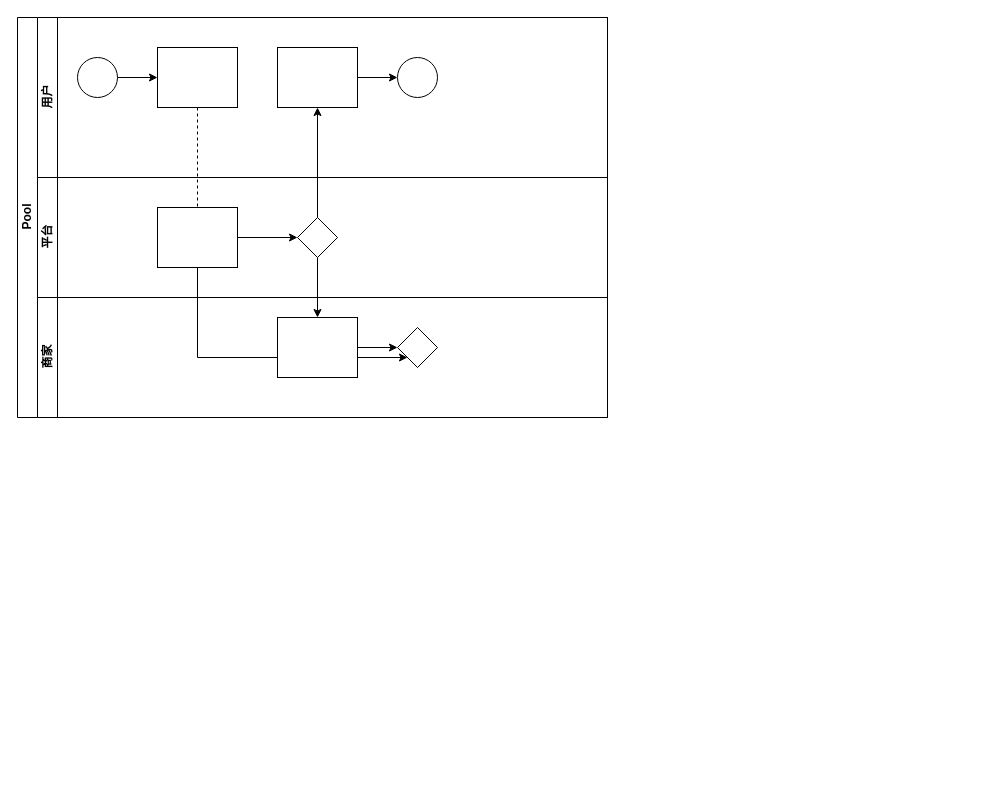
This is 未命名绘图1.drawio from Bernard203/Bernard203.github.io, a draw.io file, before an edit. Source tidied: cells renumbered, new cells numbered last; positions are measured from the earlier drawing's top-left corner, leaving out a move shared by most shapes. Both pictures are drawn from the tidied source at 100%, with x=0, y=0 at pixel (17, 17).
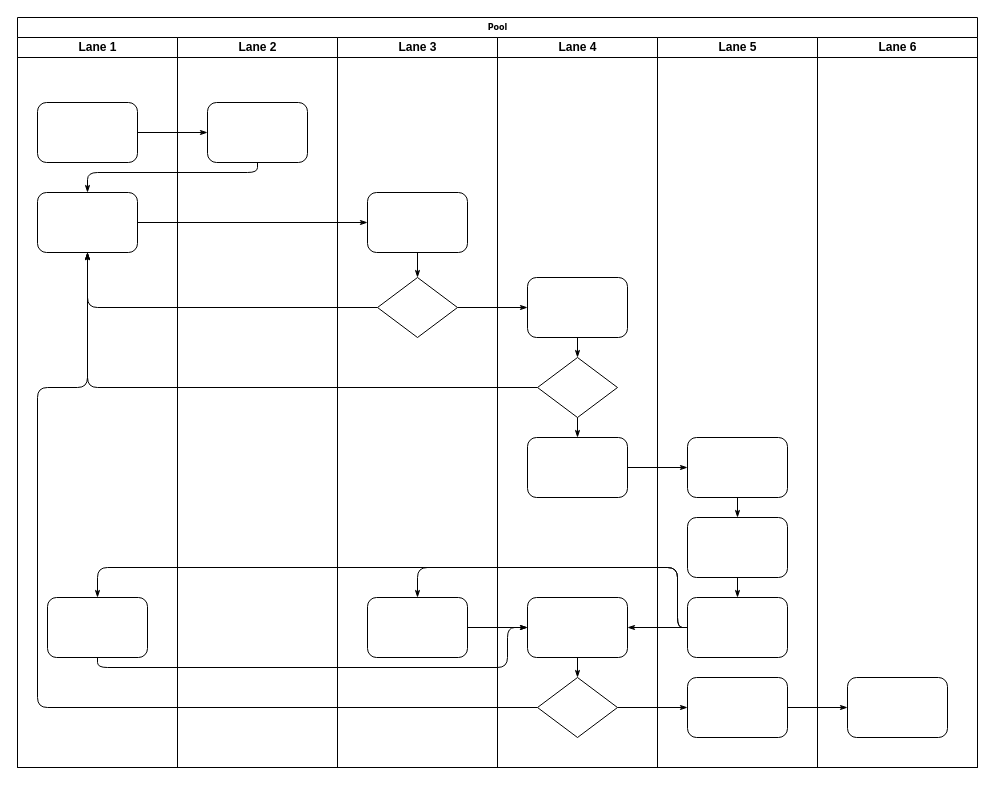
Above is the later version.

Commit message:
已添加 未命名绘图1.drawio

Diff of the diagram source:
```diff
@@
-    <mxCell id="2" value="Pool" style="swimlane;html=1;horizontal=0;startSize=20;" parent="1" vertex="1">
-      <mxGeometry width="590" height="400" as="geometry" />
+    <mxCell id="2" value="Pool" style="swimlane;html=1;startSize=20;rounded=0;shadow=0;labelBackgroundColor=none;strokeWidth=1;fontFamily=Verdana;fontSize=8;align=center;" parent="1" vertex="1">
+      <mxGeometry width="960" height="750" as="geometry" />
     </mxCell>
-    <mxCell id="3" style="edgeStyle=orthogonalEdgeStyle;rounded=0;jettySize=auto;html=1;dashed=1;endArrow=none;endFill=0;" parent="2" edge="1" source="10" target="16">
-      <mxGeometry relative="1" as="geometry" />
-    </mxCell>
-    <mxCell id="4" style="edgeStyle=orthogonalEdgeStyle;rounded=0;jettySize=auto;html=1;endArrow=classic;endFill=1;" parent="2" edge="1" source="17" target="12">
-      <mxGeometry relative="1" as="geometry" />
-    </mxCell>
-    <mxCell id="5" style="edgeStyle=orthogonalEdgeStyle;rounded=0;jettySize=auto;html=1;endArrow=classic;endFill=1;" parent="2" edge="1" source="17" target="20">
-      <mxGeometry relative="1" as="geometry" />
-    </mxCell>
-    <mxCell id="6" style="edgeStyle=orthogonalEdgeStyle;rounded=0;jettySize=auto;html=1;endArrow=classic;endFill=1;" parent="2" edge="1" source="16" target="21">
-      <mxGeometry relative="1" as="geometry">
-        <Array as="points">
-          <mxPoint x="180" y="340" />
-          <mxPoint x="400" y="340" />
-        </Array>
-      </mxGeometry>
-    </mxCell>
-    <mxCell id="7" value="用户" style="swimlane;html=1;startSize=20;horizontal=0;" parent="2" vertex="1">
-      <mxGeometry x="20" width="570" height="160" as="geometry" />
-    </mxCell>
-    <mxCell id="8" style="edgeStyle=orthogonalEdgeStyle;rounded=0;jettySize=auto;html=1;" parent="7" edge="1" source="9" target="10">
-      <mxGeometry relative="1" as="geometry" />
-    </mxCell>
-    <mxCell id="9" style="ellipse;whiteSpace=wrap;html=1;" parent="7" vertex="1">
-      <mxGeometry x="40" y="40" width="40" height="40" as="geometry" />
-    </mxCell>
-    <mxCell id="10" style="rounded=0;whiteSpace=wrap;html=1;fontFamily=Helvetica;fontSize=12;fontColor=#000000;align=center;" parent="7" vertex="1">
-      <mxGeometry x="120" y="30" width="80" height="60" as="geometry" />
-    </mxCell>
-    <mxCell id="11" style="edgeStyle=orthogonalEdgeStyle;rounded=0;jettySize=auto;html=1;endArrow=classic;endFill=1;" parent="7" edge="1" source="12" target="13">
-      <mxGeometry relative="1" as="geometry" />
-    </mxCell>
-    <mxCell id="12" style="rounded=0;whiteSpace=wrap;html=1;fontFamily=Helvetica;fontSize=12;fontColor=#000000;align=center;" parent="7" vertex="1">
-      <mxGeometry x="240" y="30" width="80" height="60" as="geometry" />
-    </mxCell>
-    <mxCell id="13" style="ellipse;whiteSpace=wrap;html=1;" parent="7" vertex="1">
-      <mxGeometry x="360" y="40" width="40" height="40" as="geometry" />
-    </mxCell>
-    <mxCell id="14" value="平台" style="swimlane;html=1;startSize=20;horizontal=0;" parent="2" vertex="1">
-      <mxGeometry x="20" y="160" width="570" height="120" as="geometry" />
-    </mxCell>
-    <mxCell id="15" style="edgeStyle=orthogonalEdgeStyle;rounded=0;jettySize=auto;html=1;endArrow=classic;endFill=1;" parent="14" edge="1" source="16" target="17">
-      <mxGeometry relative="1" as="geometry" />
-    </mxCell>
-    <mxCell id="16" style="rounded=0;whiteSpace=wrap;html=1;fontFamily=Helvetica;fontSize=12;fontColor=#000000;align=center;" parent="14" vertex="1">
-      <mxGeometry x="120" y="30" width="80" height="60" as="geometry" />
-    </mxCell>
-    <mxCell id="17" style="rhombus;whiteSpace=wrap;html=1;fontFamily=Helvetica;fontSize=12;fontColor=#000000;align=center;" parent="14" vertex="1">
-      <mxGeometry x="260" y="40" width="40" height="40" as="geometry" />
-    </mxCell>
-    <mxCell id="18" value="商家" style="swimlane;html=1;startSize=20;horizontal=0;" parent="2" vertex="1">
-      <mxGeometry x="20" y="280" width="570" height="120" as="geometry" />
-    </mxCell>
-    <mxCell id="19" style="edgeStyle=orthogonalEdgeStyle;rounded=0;jettySize=auto;html=1;endArrow=classic;endFill=1;" parent="18" edge="1" source="20" target="21">
-      <mxGeometry relative="1" as="geometry" />
-    </mxCell>
-    <mxCell id="20" style="rounded=0;whiteSpace=wrap;html=1;fontFamily=Helvetica;fontSize=12;fontColor=#000000;align=center;" parent="18" vertex="1">
-      <mxGeometry x="240" y="20" width="80" height="60" as="geometry" />
-    </mxCell>
-    <mxCell id="21" style="rhombus;whiteSpace=wrap;html=1;fontFamily=Helvetica;fontSize=12;fontColor=#000000;align=center;" parent="18" vertex="1">
-      <mxGeometry x="360" y="30" width="40" height="40" as="geometry" />
-    </mxCell>
+    <mxCell id="22" value="Lane 1" style="swimlane;html=1;startSize=20;" parent="2" vertex="1">
+      <mxGeometry y="20" width="160" height="730" as="geometry" />
+    </mxCell>
+    <mxCell id="23" style="rounded=1;whiteSpace=wrap;html=1;shadow=0;labelBackgroundColor=none;strokeWidth=1;fontFamily=Verdana;fontSize=8;align=center;" parent="22" vertex="1">
+      <mxGeometry x="20" y="65" width="100" height="60" as="geometry" />
+    </mxCell>
+    <mxCell id="24" style="rounded=1;whiteSpace=wrap;html=1;shadow=0;labelBackgroundColor=none;strokeWidth=1;fontFamily=Verdana;fontSize=8;align=center;" parent="22" vertex="1">
+      <mxGeometry x="20" y="155" width="100" height="60" as="geometry" />
+    </mxCell>
+    <mxCell id="25" style="rounded=1;whiteSpace=wrap;html=1;shadow=0;labelBackgroundColor=none;strokeWidth=1;fontFamily=Verdana;fontSize=8;align=center;" parent="22" vertex="1">
+      <mxGeometry x="30" y="560" width="100" height="60" as="geometry" />
+    </mxCell>
+    <mxCell id="26" style="edgeStyle=orthogonalEdgeStyle;rounded=1;html=1;labelBackgroundColor=none;startArrow=none;startFill=0;startSize=5;endArrow=classicThin;endFill=1;endSize=5;jettySize=auto;strokeWidth=1;fontFamily=Verdana;fontSize=8;" parent="2" edge="1" source="23" target="42">
+      <mxGeometry relative="1" as="geometry" />
+    </mxCell>
+    <mxCell id="27" style="edgeStyle=orthogonalEdgeStyle;rounded=1;html=1;labelBackgroundColor=none;startArrow=none;startFill=0;startSize=5;endArrow=classicThin;endFill=1;endSize=5;jettySize=auto;strokeWidth=1;fontFamily=Verdana;fontSize=8;" parent="2" edge="1" source="42" target="24">
+      <mxGeometry relative="1" as="geometry">
+        <Array as="points">
+          <mxPoint x="240" y="155" />
+          <mxPoint x="70" y="155" />
+        </Array>
+      </mxGeometry>
+    </mxCell>
+    <mxCell id="28" style="edgeStyle=orthogonalEdgeStyle;rounded=1;html=1;labelBackgroundColor=none;startArrow=none;startFill=0;startSize=5;endArrow=classicThin;endFill=1;endSize=5;jettySize=auto;strokeWidth=1;fontFamily=Verdana;fontSize=8;" parent="2" edge="1" source="24" target="44">
+      <mxGeometry relative="1" as="geometry" />
+    </mxCell>
+    <mxCell id="29" style="edgeStyle=orthogonalEdgeStyle;rounded=1;html=1;labelBackgroundColor=none;startArrow=none;startFill=0;startSize=5;endArrow=classicThin;endFill=1;endSize=5;jettySize=auto;strokeWidth=1;fontFamily=Verdana;fontSize=8;" parent="2" edge="1" source="45" target="24">
+      <mxGeometry relative="1" as="geometry" />
+    </mxCell>
+    <mxCell id="30" style="edgeStyle=orthogonalEdgeStyle;rounded=1;html=1;labelBackgroundColor=none;startArrow=none;startFill=0;startSize=5;endArrow=classicThin;endFill=1;endSize=5;jettySize=auto;strokeWidth=1;fontFamily=Verdana;fontSize=8;" parent="2" edge="1" source="50" target="24">
+      <mxGeometry relative="1" as="geometry" />
+    </mxCell>
+    <mxCell id="31" style="edgeStyle=orthogonalEdgeStyle;rounded=1;html=1;labelBackgroundColor=none;startArrow=none;startFill=0;startSize=5;endArrow=classicThin;endFill=1;endSize=5;jettySize=auto;strokeWidth=1;fontFamily=Verdana;fontSize=8;" parent="2" edge="1" source="53" target="24">
+      <mxGeometry relative="1" as="geometry">
+        <Array as="points">
+          <mxPoint x="20" y="690" />
+          <mxPoint x="20" y="370" />
+          <mxPoint x="70" y="370" />
+        </Array>
+      </mxGeometry>
+    </mxCell>
+    <mxCell id="32" style="edgeStyle=orthogonalEdgeStyle;rounded=1;html=1;labelBackgroundColor=none;startArrow=none;startFill=0;startSize=5;endArrow=classicThin;endFill=1;endSize=5;jettySize=auto;strokeWidth=1;fontFamily=Verdana;fontSize=8;" parent="2" edge="1" source="45" target="49">
+      <mxGeometry relative="1" as="geometry" />
+    </mxCell>
+    <mxCell id="33" style="edgeStyle=orthogonalEdgeStyle;rounded=1;html=1;labelBackgroundColor=none;startArrow=none;startFill=0;startSize=5;endArrow=classicThin;endFill=1;endSize=5;jettySize=auto;strokeWidth=1;fontFamily=Verdana;fontSize=8;" parent="2" edge="1" source="53" target="61">
+      <mxGeometry relative="1" as="geometry" />
+    </mxCell>
+    <mxCell id="34" style="edgeStyle=orthogonalEdgeStyle;rounded=1;html=1;labelBackgroundColor=none;startArrow=none;startFill=0;startSize=5;endArrow=classicThin;endFill=1;endSize=5;jettySize=auto;strokeWidth=1;fontFamily=Verdana;fontSize=8;" parent="2" edge="1" source="61" target="65">
+      <mxGeometry relative="1" as="geometry" />
+    </mxCell>
+    <mxCell id="35" style="edgeStyle=orthogonalEdgeStyle;rounded=1;html=1;labelBackgroundColor=none;startArrow=none;startFill=0;startSize=5;endArrow=classicThin;endFill=1;endSize=5;jettySize=auto;strokeWidth=1;fontFamily=Verdana;fontSize=8;" parent="2" edge="1" source="51" target="58">
+      <mxGeometry relative="1" as="geometry" />
+    </mxCell>
+    <mxCell id="36" style="edgeStyle=orthogonalEdgeStyle;rounded=1;html=1;labelBackgroundColor=none;startArrow=none;startFill=0;startSize=5;endArrow=classicThin;endFill=1;endSize=5;jettySize=auto;strokeWidth=1;fontFamily=Verdana;fontSize=8;" parent="2" edge="1" source="60" target="46">
+      <mxGeometry relative="1" as="geometry">
+        <Array as="points">
+          <mxPoint x="660" y="610" />
+          <mxPoint x="660" y="550" />
+          <mxPoint x="400" y="550" />
+        </Array>
+      </mxGeometry>
+    </mxCell>
+    <mxCell id="37" style="edgeStyle=orthogonalEdgeStyle;rounded=1;html=1;labelBackgroundColor=none;startArrow=none;startFill=0;startSize=5;endArrow=classicThin;endFill=1;endSize=5;jettySize=auto;strokeColor=#000000;strokeWidth=1;fontFamily=Verdana;fontSize=8;fontColor=#000000;" parent="2" edge="1" source="60" target="52">
+      <mxGeometry relative="1" as="geometry" />
+    </mxCell>
+    <mxCell id="38" style="edgeStyle=orthogonalEdgeStyle;rounded=1;html=1;labelBackgroundColor=none;startArrow=none;startFill=0;startSize=5;endArrow=classicThin;endFill=1;endSize=5;jettySize=auto;strokeWidth=1;fontFamily=Verdana;fontSize=8;" parent="2" edge="1" source="60" target="25">
+      <mxGeometry relative="1" as="geometry">
+        <Array as="points">
+          <mxPoint x="660" y="610" />
+          <mxPoint x="660" y="550" />
+          <mxPoint x="80" y="550" />
+        </Array>
+      </mxGeometry>
+    </mxCell>
+    <mxCell id="39" style="edgeStyle=orthogonalEdgeStyle;rounded=1;html=1;labelBackgroundColor=none;startArrow=none;startFill=0;startSize=5;endArrow=classicThin;endFill=1;endSize=5;jettySize=auto;strokeWidth=1;fontFamily=Verdana;fontSize=8;" parent="2" edge="1" source="25" target="52">
+      <mxGeometry relative="1" as="geometry">
+        <Array as="points">
+          <mxPoint x="80" y="650" />
+          <mxPoint x="490" y="650" />
+          <mxPoint x="490" y="610" />
+        </Array>
+      </mxGeometry>
+    </mxCell>
+    <mxCell id="40" style="edgeStyle=orthogonalEdgeStyle;rounded=1;html=1;labelBackgroundColor=none;startArrow=none;startFill=0;startSize=5;endArrow=classicThin;endFill=1;endSize=5;jettySize=auto;strokeWidth=1;fontFamily=Verdana;fontSize=8;" parent="2" edge="1" source="46" target="52">
+      <mxGeometry relative="1" as="geometry" />
+    </mxCell>
+    <mxCell id="41" value="Lane 2" style="swimlane;html=1;startSize=20;" parent="2" vertex="1">
+      <mxGeometry x="160" y="20" width="160" height="730" as="geometry" />
+    </mxCell>
+    <mxCell id="42" style="rounded=1;whiteSpace=wrap;html=1;shadow=0;labelBackgroundColor=none;strokeWidth=1;fontFamily=Verdana;fontSize=8;align=center;" parent="41" vertex="1">
+      <mxGeometry x="30" y="65" width="100" height="60" as="geometry" />
+    </mxCell>
+    <mxCell id="43" value="Lane 3" style="swimlane;html=1;startSize=20;" parent="2" vertex="1">
+      <mxGeometry x="320" y="20" width="160" height="730" as="geometry" />
+    </mxCell>
+    <mxCell id="44" style="rounded=1;whiteSpace=wrap;html=1;shadow=0;labelBackgroundColor=none;strokeWidth=1;fontFamily=Verdana;fontSize=8;align=center;" parent="43" vertex="1">
+      <mxGeometry x="30" y="155" width="100" height="60" as="geometry" />
+    </mxCell>
+    <mxCell id="45" style="rhombus;whiteSpace=wrap;html=1;rounded=0;shadow=0;labelBackgroundColor=none;strokeWidth=1;fontFamily=Verdana;fontSize=8;align=center;" parent="43" vertex="1">
+      <mxGeometry x="40" y="240" width="80" height="60" as="geometry" />
+    </mxCell>
+    <mxCell id="46" style="rounded=1;whiteSpace=wrap;html=1;shadow=0;labelBackgroundColor=none;strokeWidth=1;fontFamily=Verdana;fontSize=8;align=center;" parent="43" vertex="1">
+      <mxGeometry x="30" y="560" width="100" height="60" as="geometry" />
+    </mxCell>
+    <mxCell id="47" style="edgeStyle=orthogonalEdgeStyle;rounded=1;html=1;labelBackgroundColor=none;startArrow=none;startFill=0;startSize=5;endArrow=classicThin;endFill=1;endSize=5;jettySize=auto;strokeWidth=1;fontFamily=Verdana;fontSize=8;" parent="43" edge="1" source="44" target="45">
+      <mxGeometry relative="1" as="geometry" />
+    </mxCell>
+    <mxCell id="48" value="Lane 4" style="swimlane;html=1;startSize=20;" parent="2" vertex="1">
+      <mxGeometry x="480" y="20" width="160" height="730" as="geometry" />
+    </mxCell>
+    <mxCell id="49" style="rounded=1;whiteSpace=wrap;html=1;shadow=0;labelBackgroundColor=none;strokeWidth=1;fontFamily=Verdana;fontSize=8;align=center;" parent="48" vertex="1">
+      <mxGeometry x="30" y="240" width="100" height="60" as="geometry" />
+    </mxCell>
+    <mxCell id="50" style="rhombus;whiteSpace=wrap;html=1;rounded=0;shadow=0;labelBackgroundColor=none;strokeWidth=1;fontFamily=Verdana;fontSize=8;align=center;" parent="48" vertex="1">
+      <mxGeometry x="40" y="320" width="80" height="60" as="geometry" />
+    </mxCell>
+    <mxCell id="51" style="rounded=1;whiteSpace=wrap;html=1;shadow=0;labelBackgroundColor=none;strokeWidth=1;fontFamily=Verdana;fontSize=8;align=center;" parent="48" vertex="1">
+      <mxGeometry x="30" y="400" width="100" height="60" as="geometry" />
+    </mxCell>
+    <mxCell id="52" style="rounded=1;whiteSpace=wrap;html=1;shadow=0;labelBackgroundColor=none;strokeWidth=1;fontFamily=Verdana;fontSize=8;align=center;" parent="48" vertex="1">
+      <mxGeometry x="30" y="560" width="100" height="60" as="geometry" />
+    </mxCell>
+    <mxCell id="53" style="rhombus;whiteSpace=wrap;html=1;rounded=0;shadow=0;labelBackgroundColor=none;strokeWidth=1;fontFamily=Verdana;fontSize=8;align=center;" parent="48" vertex="1">
+      <mxGeometry x="40" y="640" width="80" height="60" as="geometry" />
+    </mxCell>
+    <mxCell id="54" style="edgeStyle=orthogonalEdgeStyle;rounded=1;html=1;labelBackgroundColor=none;startArrow=none;startFill=0;startSize=5;endArrow=classicThin;endFill=1;endSize=5;jettySize=auto;strokeColor=#000000;strokeWidth=1;fontFamily=Verdana;fontSize=8;fontColor=#000000;" parent="48" edge="1" source="49" target="50">
+      <mxGeometry relative="1" as="geometry" />
+    </mxCell>
+    <mxCell id="55" style="edgeStyle=orthogonalEdgeStyle;rounded=1;html=1;labelBackgroundColor=none;startArrow=none;startFill=0;startSize=5;endArrow=classicThin;endFill=1;endSize=5;jettySize=auto;strokeWidth=1;fontFamily=Verdana;fontSize=8;" parent="48" edge="1" source="50" target="51">
+      <mxGeometry relative="1" as="geometry" />
+    </mxCell>
+    <mxCell id="56" style="edgeStyle=orthogonalEdgeStyle;rounded=1;html=1;labelBackgroundColor=none;startArrow=none;startFill=0;startSize=5;endArrow=classicThin;endFill=1;endSize=5;jettySize=auto;strokeWidth=1;fontFamily=Verdana;fontSize=8;" parent="48" edge="1" source="52" target="53">
+      <mxGeometry relative="1" as="geometry" />
+    </mxCell>
+    <mxCell id="57" value="Lane 5" style="swimlane;html=1;startSize=20;" parent="2" vertex="1">
+      <mxGeometry x="640" y="20" width="160" height="730" as="geometry" />
+    </mxCell>
+    <mxCell id="58" style="rounded=1;whiteSpace=wrap;html=1;shadow=0;labelBackgroundColor=none;strokeWidth=1;fontFamily=Verdana;fontSize=8;align=center;" parent="57" vertex="1">
+      <mxGeometry x="30" y="400" width="100" height="60" as="geometry" />
+    </mxCell>
+    <mxCell id="59" style="rounded=1;whiteSpace=wrap;html=1;shadow=0;labelBackgroundColor=none;strokeWidth=1;fontFamily=Verdana;fontSize=8;align=center;" parent="57" vertex="1">
+      <mxGeometry x="30" y="480" width="100" height="60" as="geometry" />
+    </mxCell>
+    <mxCell id="60" style="rounded=1;whiteSpace=wrap;html=1;shadow=0;labelBackgroundColor=none;strokeWidth=1;fontFamily=Verdana;fontSize=8;align=center;" parent="57" vertex="1">
+      <mxGeometry x="30" y="560" width="100" height="60" as="geometry" />
+    </mxCell>
+    <mxCell id="61" style="rounded=1;whiteSpace=wrap;html=1;shadow=0;labelBackgroundColor=none;strokeWidth=1;fontFamily=Verdana;fontSize=8;align=center;" parent="57" vertex="1">
+      <mxGeometry x="30" y="640" width="100" height="60" as="geometry" />
+    </mxCell>
+    <mxCell id="62" style="edgeStyle=orthogonalEdgeStyle;rounded=1;html=1;labelBackgroundColor=none;startArrow=none;startFill=0;startSize=5;endArrow=classicThin;endFill=1;endSize=5;jettySize=auto;strokeWidth=1;fontFamily=Verdana;fontSize=8;" parent="57" edge="1" source="58" target="59">
+      <mxGeometry relative="1" as="geometry" />
+    </mxCell>
+    <mxCell id="63" style="edgeStyle=orthogonalEdgeStyle;rounded=1;html=1;labelBackgroundColor=none;startArrow=none;startFill=0;startSize=5;endArrow=classicThin;endFill=1;endSize=5;jettySize=auto;strokeWidth=1;fontFamily=Verdana;fontSize=8;" parent="57" edge="1" source="59" target="60">
+      <mxGeometry relative="1" as="geometry" />
+    </mxCell>
+    <mxCell id="64" value="Lane 6" style="swimlane;html=1;startSize=20;" parent="2" vertex="1">
+      <mxGeometry x="800" y="20" width="160" height="730" as="geometry" />
+    </mxCell>
+    <mxCell id="65" style="rounded=1;whiteSpace=wrap;html=1;shadow=0;labelBackgroundColor=none;strokeWidth=1;fontFamily=Verdana;fontSize=8;align=center;" parent="64" vertex="1">
+      <mxGeometry x="30" y="640" width="100" height="60" as="geometry" />
+    </mxCell>
```
